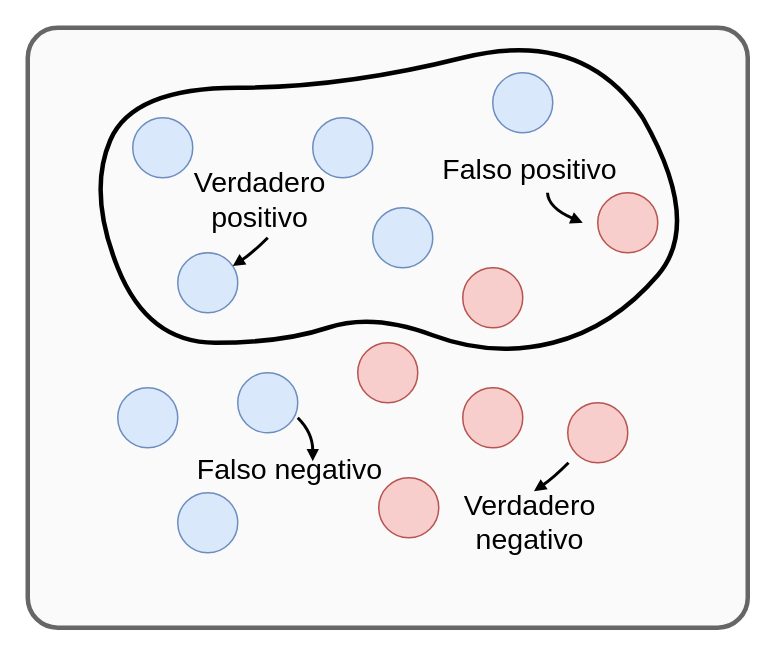
This is ia/nbpy/nlp/Tema-04/imgs/metrics.drawio from cayetanoguerra/cayetanoguerra.github.io, a draw.io file, before an edit. Source tidied: cells renumbered, new cells numbered last; positions are measured from the earlier drawing's top-left corner, leaving out a move shared by most shapes. Both pictures are drawn from the tidied source at 150%, with x=0, y=0 at pixel (27, 27).
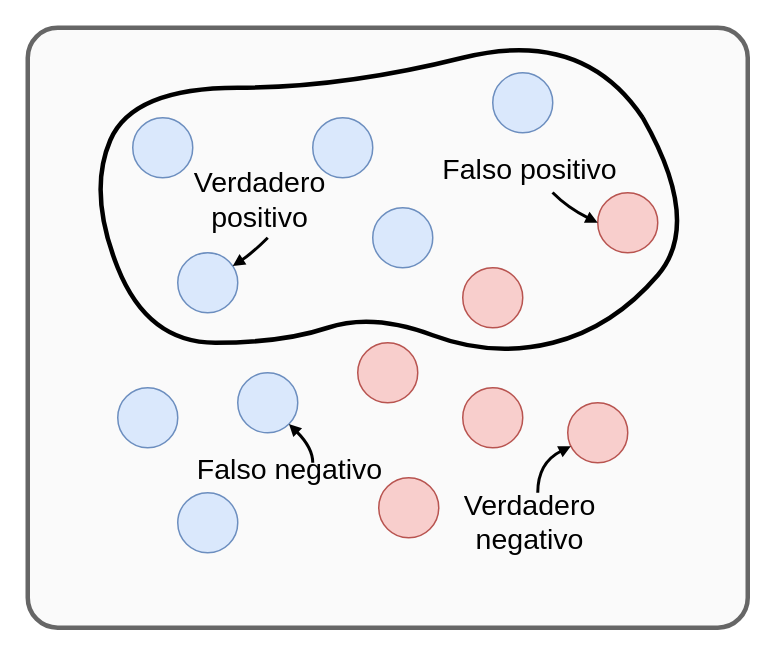
After the change.

Unchanged cells that the change refers to:
```xml
<mxCell id="9" style="ellipse;whiteSpace=wrap;html=1;fillColor=#dae8fc;strokeColor=#6c8ebf;" parent="1" vertex="1">
  <mxGeometry x="140" y="230" width="40" height="40" as="geometry" />
</mxCell>
<mxCell id="13" style="ellipse;whiteSpace=wrap;html=1;fillColor=#f8cecc;strokeColor=#b85450;" parent="1" vertex="1">
  <mxGeometry x="360" y="250" width="40" height="40" as="geometry" />
</mxCell>
<mxCell id="14" style="ellipse;whiteSpace=wrap;html=1;fillColor=#f8cecc;strokeColor=#b85450;" parent="1" vertex="1">
  <mxGeometry x="380" y="110" width="40" height="40" as="geometry" />
</mxCell>
<mxCell id="22" value="&lt;font style=&quot;font-size: 19px;&quot;&gt;Falso positivo&lt;/font&gt;" style="text;html=1;strokeColor=none;fillColor=none;align=center;verticalAlign=middle;whiteSpace=wrap;rounded=0;" parent="1" vertex="1">
  <mxGeometry x="260" y="80" width="150" height="30" as="geometry" />
</mxCell>
```

Change to the diagram source:
```diff
@@
-    <mxCell id="21" style="endArrow=block;html=1;strokeWidth=2;endFill=1;curved=1;startSize=3;endSize=3;" parent="1" edge="1">
+    <mxCell id="21" style="endArrow=block;html=1;strokeWidth=2;endFill=1;curved=1;startSize=3;endSize=3;" parent="1" edge="1" target="13">
       <mxGeometry relative="1" as="geometry">
-        <mxPoint x="360.5" y="290" as="sourcePoint" />
-        <mxPoint x="337.5" y="309" as="targetPoint" />
+        <mxPoint x="340" y="310" as="sourcePoint" />
         <Array as="points">
-          <mxPoint x="350.5" y="300" />
+          <mxPoint x="340" y="290" />
         </Array>
       </mxGeometry>
     </mxCell>
@@
-    <mxCell id="23" style="endArrow=block;html=1;strokeWidth=2;endFill=1;curved=1;startSize=3;endSize=3;" parent="1" edge="1">
+    <mxCell id="23" style="endArrow=block;html=1;strokeWidth=2;endFill=1;curved=1;startSize=3;endSize=3;entryX=0;entryY=0.5;entryDx=0;entryDy=0;exitX=0.599;exitY=0.994;exitDx=0;exitDy=0;exitPerimeter=0;" parent="1" edge="1" source="22" target="14">
       <mxGeometry relative="1" as="geometry">
-        <mxPoint x="346.5" y="110" as="sourcePoint" />
-        <mxPoint x="370" y="130" as="targetPoint" />
         <Array as="points">
-          <mxPoint x="347" y="120" />
+          <mxPoint x="360" y="120" />
         </Array>
       </mxGeometry>
     </mxCell>
@@
-    <mxCell id="25" style="endArrow=block;html=1;strokeWidth=2;endFill=1;curved=1;startSize=3;endSize=3;exitX=1;exitY=0.75;exitDx=0;exitDy=0;exitPerimeter=0;" parent="1" edge="1" source="9">
+    <mxCell id="25" style="endArrow=block;html=1;strokeWidth=2;endFill=1;curved=1;startSize=3;endSize=3;entryX=1;entryY=1;entryDx=0;entryDy=0;" parent="1" edge="1" target="9">
       <mxGeometry relative="1" as="geometry">
-        <mxPoint x="190" y="289" as="targetPoint" />
+        <mxPoint x="190" y="290" as="sourcePoint" />
         <Array as="points">
-          <mxPoint x="190" y="270" />
+          <mxPoint x="190" y="280" />
         </Array>
       </mxGeometry>
     </mxCell>
```
